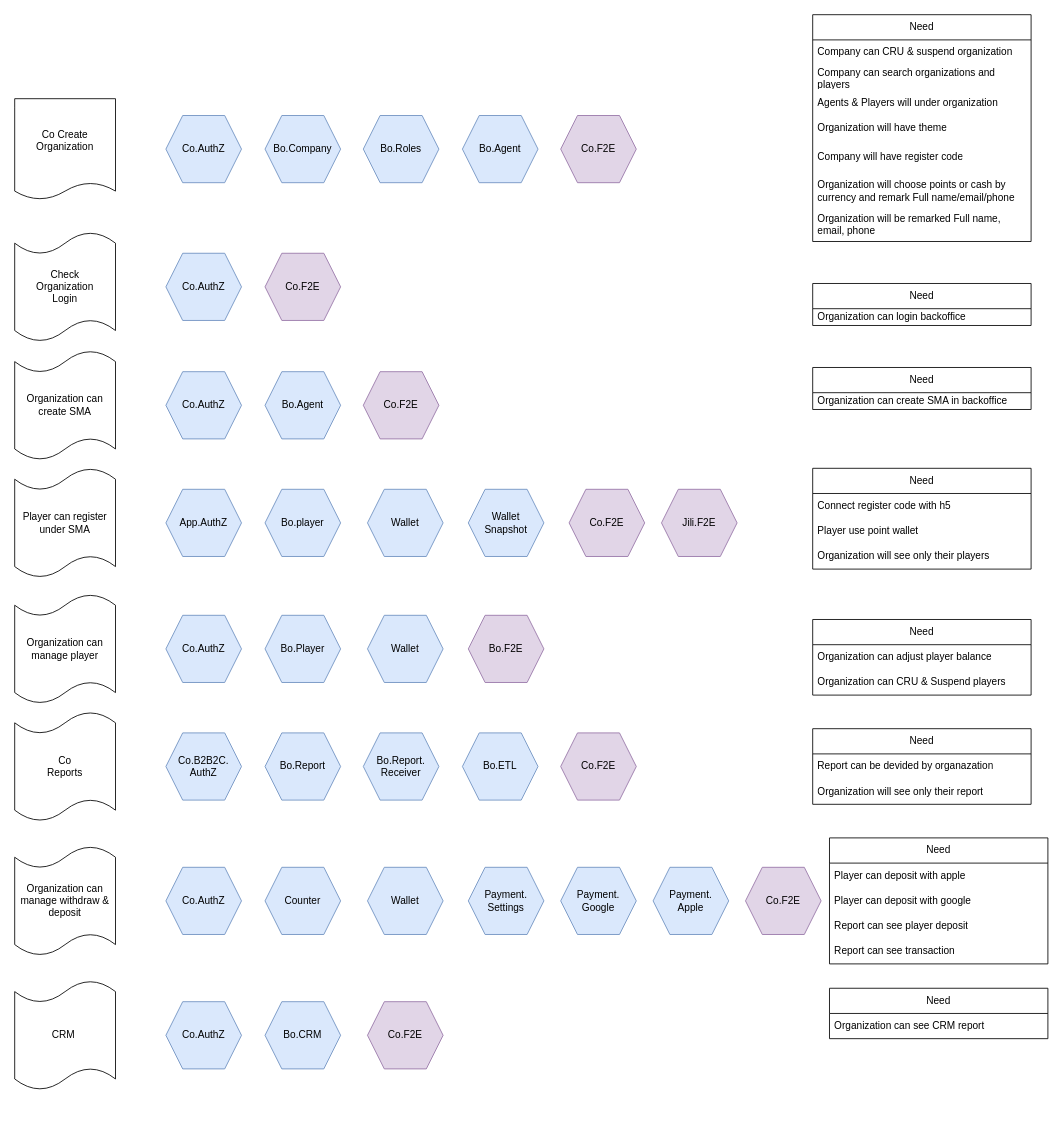
This is page "Develop Order" (6 of 6) of Bluewhale.drawio from ZoeHYH/Bluewhale, a draw.io file, before an edit. Source tidied: cells renumbered, new cells numbered last; positions are measured from the earlier drawing's top-left corner, leaving out a move shared by most shapes. Both pictures are drawn from the tidied source at 84%, with x=0, y=0 at pixel (14, 14).
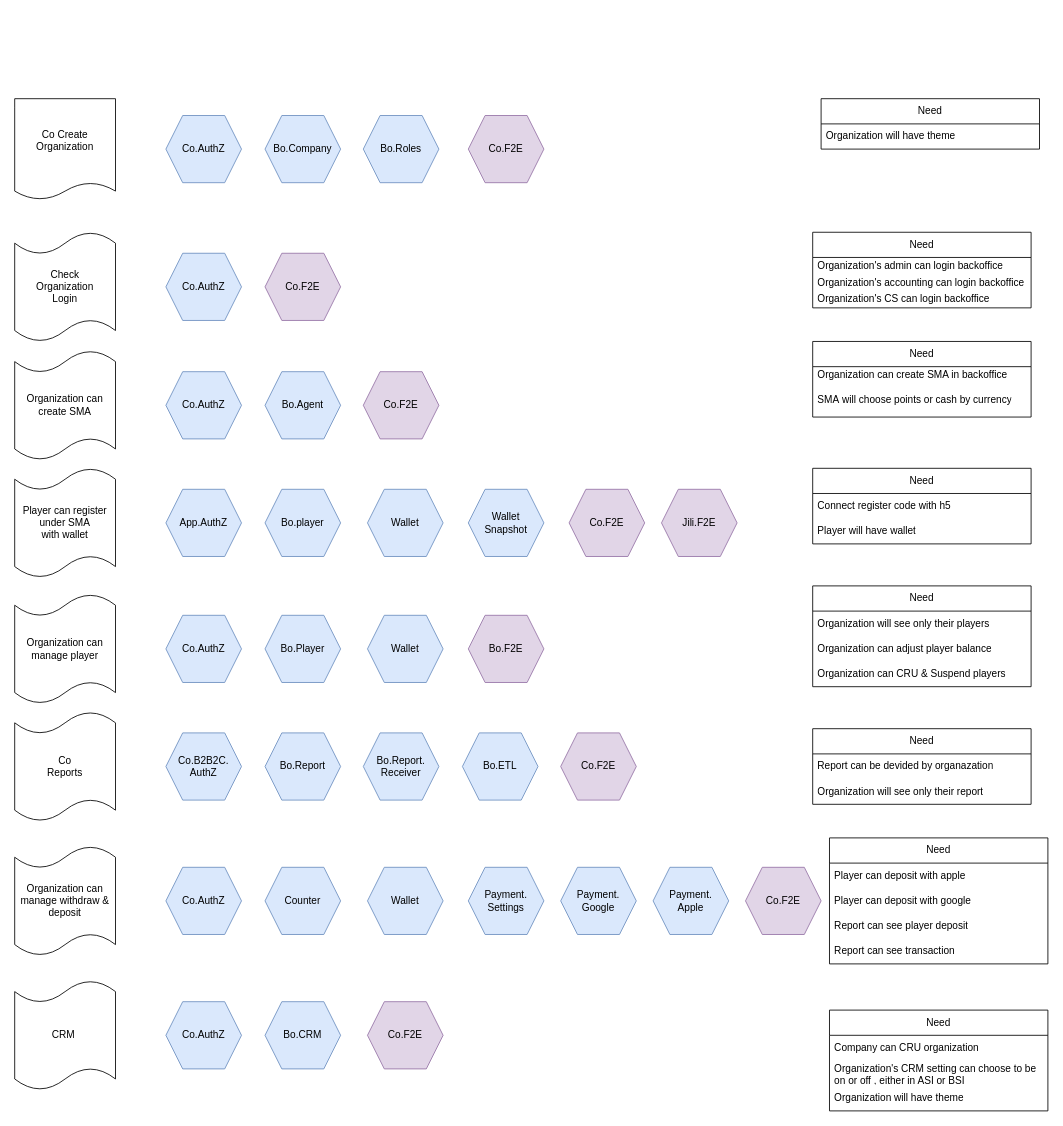
Above is the later version.

The change refers to these unchanged cells:
```xml
<mxCell id="21" style="group;" parent="19" vertex="1">
  <mxGeometry x="180" y="20" width="560" height="80" as="geometry" />
</mxCell>
<mxCell id="32" style="group;flipV=1;" parent="1" vertex="1">
  <mxGeometry y="540" width="860" height="130" as="geometry" />
</mxCell>
```

The edit, as a diff of the source:
```diff
@@
     <mxCell id="2" value="Need" style="swimlane;fontStyle=0;horizontal=1;startSize=30;whiteSpace=wrap;html=1;" parent="1" vertex="1">
-      <mxGeometry x="950" width="260" height="270" as="geometry" />
+      <mxGeometry x="960" y="100" width="260" height="60" as="geometry" />
     </mxCell>
-    <mxCell id="3" value="&lt;span style=&quot;text-align: center;&quot;&gt;Company can CRU&amp;nbsp;&lt;/span&gt;&amp;amp; suspend organization" style="text;strokeColor=none;fillColor=none;align=left;verticalAlign=middle;spacingLeft=4;spacingRight=4;overflow=hidden;whiteSpace=wrap;html=1;" parent="2" vertex="1">
-      <mxGeometry y="30" width="260" height="30" as="geometry" />
-    </mxCell>
-    <mxCell id="4" value="&lt;span style=&quot;text-align: center;&quot;&gt;Company can search&lt;/span&gt;&amp;nbsp;organizations and players" style="text;strokeColor=none;fillColor=none;align=left;verticalAlign=middle;spacingLeft=4;spacingRight=4;overflow=hidden;whiteSpace=wrap;html=1;" parent="2" vertex="1">
-      <mxGeometry y="60" width="260" height="30" as="geometry" />
-    </mxCell>
-    <mxCell id="5" value="Agents &amp;amp; Players will under o&lt;span style=&quot;text-align: center;&quot;&gt;rganization&lt;/span&gt;&amp;nbsp;" style="text;strokeColor=none;fillColor=none;align=left;verticalAlign=middle;spacingLeft=4;spacingRight=4;overflow=hidden;whiteSpace=wrap;html=1;" parent="2" vertex="1">
-      <mxGeometry y="90" width="260" height="30" as="geometry" />
-    </mxCell>
     <mxCell id="6" value="&lt;div style=&quot;text-align: center;&quot;&gt;&lt;span style=&quot;background-color: initial;&quot;&gt;Organization will have theme&lt;/span&gt;&lt;/div&gt;" style="text;strokeColor=none;fillColor=none;align=left;verticalAlign=middle;spacingLeft=4;spacingRight=4;overflow=hidden;whiteSpace=wrap;html=1;" parent="2" vertex="1">
-      <mxGeometry y="120" width="260" height="30" as="geometry" />
+      <mxGeometry y="30" width="260" height="30" as="geometry" />
     </mxCell>
-    <mxCell id="7" value="&lt;span style=&quot;text-align: center;&quot;&gt;Company will have register code&lt;/span&gt;" style="text;strokeColor=none;fillColor=none;align=left;verticalAlign=middle;spacingLeft=4;spacingRight=4;overflow=hidden;whiteSpace=wrap;html=1;" parent="2" vertex="1">
-      <mxGeometry y="150" width="260" height="40" as="geometry" />
-    </mxCell>
-    <mxCell id="8" value="&lt;span style=&quot;text-align: center;&quot;&gt;Organization will choose points or cash by currency and remark&amp;nbsp;Full name/email/phone&lt;/span&gt;" style="text;strokeColor=none;fillColor=none;align=left;verticalAlign=middle;spacingLeft=4;spacingRight=4;overflow=hidden;whiteSpace=wrap;html=1;" parent="2" vertex="1">
-      <mxGeometry y="190" width="260" height="40" as="geometry" />
-    </mxCell>
-    <mxCell id="9" value="&lt;div style=&quot;&quot;&gt;Organization will be remarked Full name, email, phone&lt;br&gt;&lt;/div&gt;" style="text;strokeColor=none;fillColor=none;align=left;verticalAlign=middle;spacingLeft=4;spacingRight=4;overflow=hidden;whiteSpace=wrap;html=1;" parent="2" vertex="1">
-      <mxGeometry y="230" width="260" height="40" as="geometry" />
-    </mxCell>
     <mxCell id="10" value="Need" style="swimlane;fontStyle=0;horizontal=1;startSize=30;whiteSpace=wrap;html=1;" parent="1" vertex="1">
-      <mxGeometry x="950" y="720" width="260" height="90" as="geometry" />
+      <mxGeometry x="950" y="680" width="260" height="120" as="geometry" />
     </mxCell>
+    <mxCell id="16" value="&lt;div style=&quot;text-align: center;&quot;&gt;&lt;span style=&quot;background-color: initial;&quot;&gt;Organization will see only their players&amp;nbsp;&lt;/span&gt;&lt;/div&gt;" style="text;strokeColor=none;fillColor=none;align=left;verticalAlign=middle;spacingLeft=4;spacingRight=4;overflow=hidden;whiteSpace=wrap;html=1;" parent="10" vertex="1">
+      <mxGeometry y="30" width="260" height="30" as="geometry" />
+    </mxCell>
     <mxCell id="11" value="&lt;span style=&quot;text-align: center;&quot;&gt;Organization can adjust player balance&lt;/span&gt;" style="text;strokeColor=none;fillColor=none;align=left;verticalAlign=middle;spacingLeft=4;spacingRight=4;overflow=hidden;whiteSpace=wrap;html=1;" parent="10" vertex="1">
-      <mxGeometry y="30" width="260" height="30" as="geometry" />
+      <mxGeometry y="60" width="260" height="30" as="geometry" />
     </mxCell>
     <mxCell id="12" value="&lt;span style=&quot;text-align: center;&quot;&gt;Organization can&amp;nbsp;&lt;/span&gt;&lt;span style=&quot;text-align: center;&quot;&gt;CRU &amp;amp; Suspend&amp;nbsp;players&lt;/span&gt;" style="text;strokeColor=none;fillColor=none;align=left;verticalAlign=middle;spacingLeft=4;spacingRight=4;overflow=hidden;whiteSpace=wrap;html=1;" parent="10" vertex="1">
-      <mxGeometry y="60" width="260" height="30" as="geometry" />
+      <mxGeometry y="90" width="260" height="30" as="geometry" />
     </mxCell>
     <mxCell id="13" value="Need" style="swimlane;fontStyle=0;horizontal=1;startSize=30;whiteSpace=wrap;html=1;" parent="1" vertex="1">
-      <mxGeometry x="950" y="540" width="260" height="120" as="geometry" />
+      <mxGeometry x="950" y="540" width="260" height="90" as="geometry" />
     </mxCell>
@@
-    <mxCell id="15" value="&lt;div style=&quot;text-align: center;&quot;&gt;&lt;span style=&quot;background-color: initial;&quot;&gt;Player use point wallet&lt;/span&gt;&lt;/div&gt;" style="text;strokeColor=none;fillColor=none;align=left;verticalAlign=middle;spacingLeft=4;spacingRight=4;overflow=hidden;whiteSpace=wrap;html=1;" parent="13" vertex="1">
+    <mxCell id="15" value="&lt;div style=&quot;text-align: center;&quot;&gt;&lt;span style=&quot;background-color: initial;&quot;&gt;Player will have wallet&lt;/span&gt;&lt;/div&gt;" style="text;strokeColor=none;fillColor=none;align=left;verticalAlign=middle;spacingLeft=4;spacingRight=4;overflow=hidden;whiteSpace=wrap;html=1;" parent="13" vertex="1">
       <mxGeometry y="60" width="260" height="30" as="geometry" />
     </mxCell>
-    <mxCell id="16" value="&lt;div style=&quot;text-align: center;&quot;&gt;&lt;span style=&quot;background-color: initial;&quot;&gt;Organization will see only their players&amp;nbsp;&lt;/span&gt;&lt;/div&gt;" style="text;strokeColor=none;fillColor=none;align=left;verticalAlign=middle;spacingLeft=4;spacingRight=4;overflow=hidden;whiteSpace=wrap;html=1;" parent="13" vertex="1">
-      <mxGeometry y="90" width="260" height="30" as="geometry" />
-    </mxCell>
     <mxCell id="17" value="Need" style="swimlane;fontStyle=0;horizontal=1;startSize=30;whiteSpace=wrap;html=1;" parent="1" vertex="1">
-      <mxGeometry x="950" y="320" width="260" height="50" as="geometry" />
+      <mxGeometry x="950" y="259" width="260" height="90" as="geometry" />
     </mxCell>
-    <mxCell id="18" value="&lt;div style=&quot;text-align: center;&quot;&gt;&lt;span style=&quot;background-color: initial;&quot;&gt;Organization can login backoffice&lt;/span&gt;&lt;/div&gt;" style="text;strokeColor=none;fillColor=none;align=left;verticalAlign=middle;spacingLeft=4;spacingRight=4;overflow=hidden;whiteSpace=wrap;html=1;" parent="17" vertex="1">
+    <mxCell id="18" value="&lt;div style=&quot;text-align: center;&quot;&gt;&lt;span style=&quot;background-color: initial;&quot;&gt;Organization's admin can login backoffice&lt;/span&gt;&lt;/div&gt;" style="text;strokeColor=none;fillColor=none;align=left;verticalAlign=middle;spacingLeft=4;spacingRight=4;overflow=hidden;whiteSpace=wrap;html=1;" parent="17" vertex="1">
       <mxGeometry y="30" width="260" height="20" as="geometry" />
     </mxCell>
+    <mxCell id="90" value="&lt;div style=&quot;text-align: center;&quot;&gt;&lt;span style=&quot;background-color: initial;&quot;&gt;Organization's accounting can login backoffice&lt;/span&gt;&lt;/div&gt;" style="text;strokeColor=none;fillColor=none;align=left;verticalAlign=middle;spacingLeft=4;spacingRight=4;overflow=hidden;whiteSpace=wrap;html=1;" parent="17" vertex="1">
+      <mxGeometry y="50" width="260" height="20" as="geometry" />
+    </mxCell>
+    <mxCell id="91" value="&lt;div style=&quot;text-align: center;&quot;&gt;&lt;span style=&quot;background-color: initial;&quot;&gt;Organization's CS can login backoffice&lt;/span&gt;&lt;/div&gt;" style="text;strokeColor=none;fillColor=none;align=left;verticalAlign=middle;spacingLeft=4;spacingRight=4;overflow=hidden;whiteSpace=wrap;html=1;" parent="17" vertex="1">
+      <mxGeometry y="70" width="260" height="20" as="geometry" />
+    </mxCell>
@@
     <mxCell id="23" value="Co.F2E" style="shape=hexagon;perimeter=hexagonPerimeter2;whiteSpace=wrap;html=1;fixedSize=1;size=20;fillColor=#e1d5e7;strokeColor=#9673a6;" parent="21" vertex="1">
-      <mxGeometry x="470" width="90" height="80" as="geometry" />
+      <mxGeometry x="360" width="90" height="80" as="geometry" />
     </mxCell>
@@
-    <mxCell id="26" value="Bo.Agent" style="shape=hexagon;perimeter=hexagonPerimeter2;whiteSpace=wrap;html=1;fixedSize=1;size=20;fillColor=#dae8fc;strokeColor=#6c8ebf;" parent="21" vertex="1">
-      <mxGeometry x="353" width="90" height="80" as="geometry" />
-    </mxCell>
@@
-    <mxCell id="33" value="Player can register&lt;br&gt;under SMA" style="shape=tape;whiteSpace=wrap;html=1;size=0.2;" parent="32" vertex="1">
+    <mxCell id="33" value="Player can register&lt;br&gt;under SMA&lt;br&gt;with wallet" style="shape=tape;whiteSpace=wrap;html=1;size=0.2;" parent="32" vertex="1">
       <mxGeometry width="120" height="130" as="geometry" />
     </mxCell>
@@
     <mxCell id="68" value="Need" style="swimlane;fontStyle=0;horizontal=1;startSize=30;whiteSpace=wrap;html=1;" parent="1" vertex="1">
-      <mxGeometry x="950" y="420" width="260" height="50" as="geometry" />
+      <mxGeometry x="950" y="389" width="260" height="90" as="geometry" />
     </mxCell>
@@
+    <mxCell id="92" value="&lt;span style=&quot;text-align: center;&quot;&gt;SMA&amp;nbsp;&lt;/span&gt;&lt;span style=&quot;text-align: center;&quot;&gt;will choose points or cash by currency&lt;/span&gt;" style="text;strokeColor=none;fillColor=none;align=left;verticalAlign=middle;spacingLeft=4;spacingRight=4;overflow=hidden;whiteSpace=wrap;html=1;" parent="68" vertex="1">
+      <mxGeometry y="50" width="260" height="40" as="geometry" />
+    </mxCell>
@@
     <mxCell id="88" value="Need" style="swimlane;fontStyle=0;horizontal=1;startSize=30;whiteSpace=wrap;html=1;" parent="1" vertex="1">
-      <mxGeometry x="970" y="1159" width="260" height="60" as="geometry" />
+      <mxGeometry x="970" y="1185" width="260" height="120" as="geometry" />
     </mxCell>
+    <mxCell id="3" value="&lt;span style=&quot;text-align: center;&quot;&gt;Company can CRU&amp;nbsp;&lt;/span&gt;organization" style="text;strokeColor=none;fillColor=none;align=left;verticalAlign=middle;spacingLeft=4;spacingRight=4;overflow=hidden;whiteSpace=wrap;html=1;" parent="88" vertex="1">
+      <mxGeometry y="30" width="260" height="30" as="geometry" />
+    </mxCell>
-    <mxCell id="89" value="&lt;span style=&quot;text-align: center;&quot;&gt;Organization can see CRM report&lt;/span&gt;" style="text;strokeColor=none;fillColor=none;align=left;verticalAlign=middle;spacingLeft=4;spacingRight=4;overflow=hidden;whiteSpace=wrap;html=1;" parent="88" vertex="1">
-      <mxGeometry y="30" width="260" height="30" as="geometry" />
+    <mxCell id="89" value="&lt;span style=&quot;text-align: center;&quot;&gt;Organization's&amp;nbsp;&lt;/span&gt;&lt;span style=&quot;text-align: center;&quot;&gt;CRM setting&amp;nbsp;&lt;/span&gt;&lt;span style=&quot;text-align: center;&quot;&gt;can choose to be on or off&amp;nbsp;&lt;/span&gt;&lt;span style=&quot;text-align: center;&quot;&gt;, either in ASI or BSI&lt;/span&gt;" style="text;strokeColor=none;fillColor=none;align=left;verticalAlign=middle;spacingLeft=4;spacingRight=4;overflow=hidden;whiteSpace=wrap;html=1;" parent="88" vertex="1">
+      <mxGeometry y="60" width="260" height="30" as="geometry" />
     </mxCell>
+    <mxCell id="93" value="&lt;span style=&quot;text-align: center;&quot;&gt;Organization will have theme&lt;/span&gt;" style="text;strokeColor=none;fillColor=none;align=left;verticalAlign=middle;spacingLeft=4;spacingRight=4;overflow=hidden;whiteSpace=wrap;html=1;" parent="88" vertex="1">
+      <mxGeometry y="90" width="260" height="30" as="geometry" />
+    </mxCell>
```
